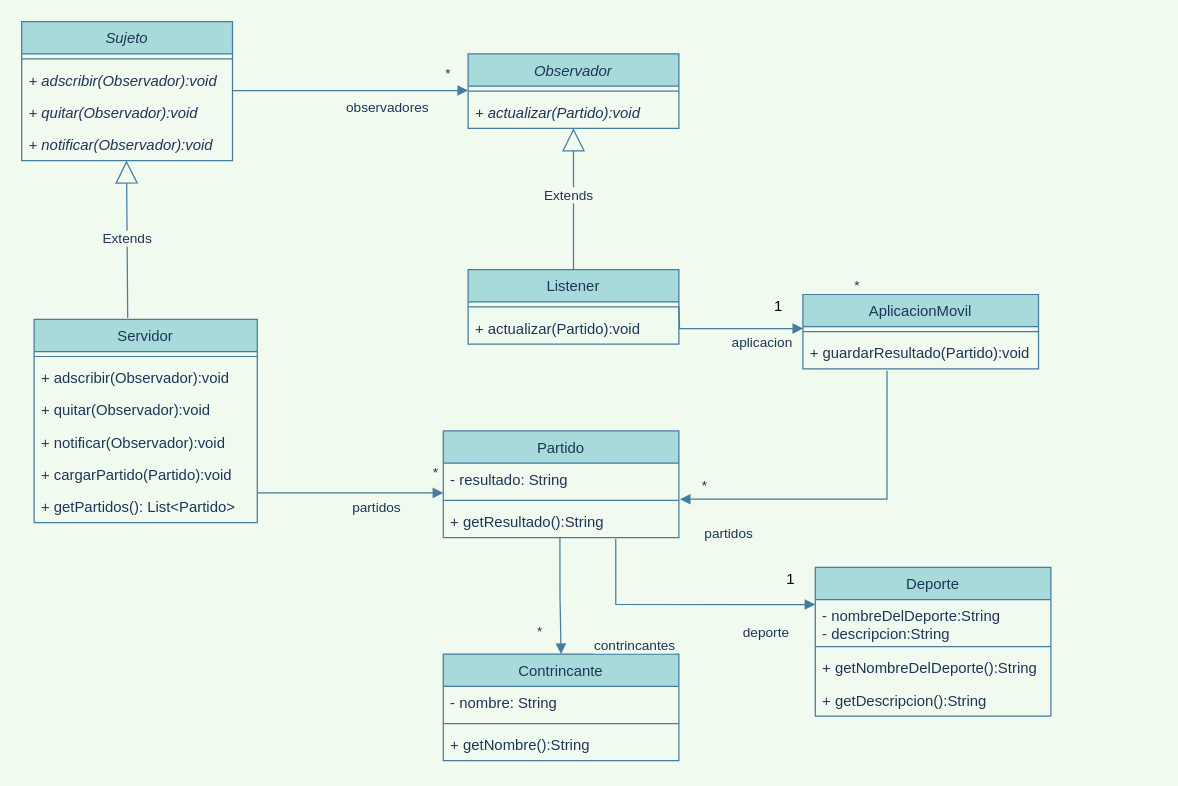
nhubczyk/Diagramas-UML keeps this draw.io diagram as unq-po2-Observer-EncuentrosDeportivos.drawio. Above is the earlier version. Source tidied: cells renumbered, new cells numbered last; positions are measured from the earlier drawing's top-left corner, leaving out a move shared by most shapes. Both pictures are drawn from the tidied source at 124%, with x=0, y=0 at pixel (21, 21).
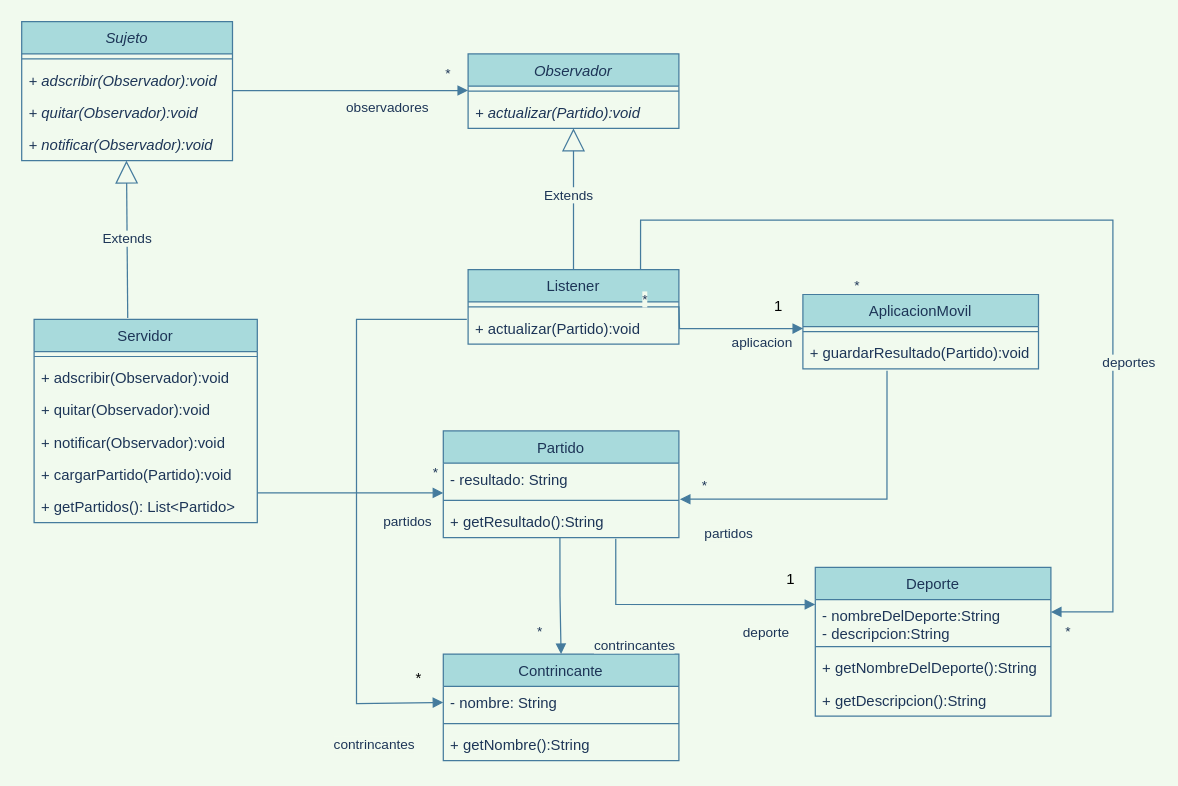
The same page after the edit.

The change refers to these unchanged cells:
```xml
<mxCell id="19" value="Listener" style="swimlane;fontStyle=0;align=center;verticalAlign=top;horizontal=1;startSize=26;fillColor=#A8DADC;strokeColor=#457B9D;fontColor=#1D3557;" parent="1" vertex="1">
  <mxGeometry x="360" y="200" width="170" height="60" as="geometry" />
</mxCell>
<mxCell id="21" value="+ actualizar(Partido):void" style="text;strokeColor=none;fillColor=none;align=left;verticalAlign=top;spacingLeft=4;spacingRight=4;overflow=hidden;points=[[0,0.5],[1,0.5]];portConstraint=eastwest;fontColor=#1D3557;" parent="19" vertex="1">
  <mxGeometry y="34" width="170" height="26" as="geometry" />
</mxCell>
<mxCell id="33" value="- nombre: String" style="text;strokeColor=none;fillColor=none;align=left;verticalAlign=top;spacingLeft=4;spacingRight=4;overflow=hidden;points=[[0,0.5],[1,0.5]];portConstraint=eastwest;fontColor=#1D3557;" parent="32" vertex="1">
  <mxGeometry y="26" width="190" height="26" as="geometry" />
</mxCell>
<mxCell id="45" value="- nombreDelDeporte:String&#10;- descripcion:String&#10;" style="text;strokeColor=none;fillColor=none;align=left;verticalAlign=top;spacingLeft=4;spacingRight=4;overflow=hidden;points=[[0,0.5],[1,0.5]];portConstraint=eastwest;fontColor=#1D3557;" parent="44" vertex="1">
  <mxGeometry y="26" width="190" height="34" as="geometry" />
</mxCell>
```

Change to the diagram source:
```diff
@@
     <mxCell id="28" value="partidos" style="endArrow=block;endFill=1;html=1;edgeStyle=orthogonalEdgeStyle;align=left;verticalAlign=top;rounded=0;labelBackgroundColor=#F1FAEE;strokeColor=#457B9D;fontColor=#1D3557;" parent="1" edge="1">
-      <mxGeometry y="2" relative="1" as="geometry">
+      <mxGeometry x="0.33" y="-10" relative="1" as="geometry">
         <mxPoint x="190" y="380" as="sourcePoint" />
         <mxPoint x="340" y="380" as="targetPoint" />
-        <mxPoint y="1" as="offset" />
       </mxGeometry>
     </mxCell>
@@
+    <mxCell id="51" value="contrincantes" style="endArrow=block;endFill=1;html=1;edgeStyle=orthogonalEdgeStyle;align=left;verticalAlign=top;rounded=0;labelBackgroundColor=#F1FAEE;strokeColor=#457B9D;fontColor=#1D3557;exitX=-0.006;exitY=0.231;exitDx=0;exitDy=0;exitPerimeter=0;entryX=0;entryY=0.5;entryDx=0;entryDy=0;" parent="1" edge="1" source="21" target="33">
+      <mxGeometry x="0.7" y="-28" relative="1" as="geometry">
+        <Array as="points">
+          <mxPoint x="270" y="240" />
+          <mxPoint x="270" y="550" />
+        </Array>
+        <mxPoint x="-20" y="-8" as="offset" />
+      </mxGeometry>
+    </mxCell>
+    <mxCell id="52" value="*" style="edgeLabel;html=1;align=left;verticalAlign=bottom;labelBackgroundColor=#F1FAEE;fontColor=#1D3557;" parent="51" vertex="1">
+      <mxGeometry x="-1" relative="1" as="geometry">
+        <mxPoint x="140" y="-8" as="offset" />
+      </mxGeometry>
+    </mxCell>
+    <mxCell id="53" value="*" style="text;html=1;align=center;verticalAlign=middle;strokeColor=none;fillColor=none;" parent="1" vertex="1">
+      <mxGeometry x="305" y="515" width="30" height="30" as="geometry" />
+    </mxCell>
+    <mxCell id="54" value="deportes" style="endArrow=block;endFill=1;html=1;edgeStyle=orthogonalEdgeStyle;align=left;verticalAlign=top;rounded=0;labelBackgroundColor=#F1FAEE;strokeColor=#457B9D;fontColor=#1D3557;exitX=0.818;exitY=0;exitDx=0;exitDy=0;exitPerimeter=0;entryX=1;entryY=0.294;entryDx=0;entryDy=0;entryPerimeter=0;" parent="1" edge="1" source="19" target="45">
+      <mxGeometry x="0.33" y="-10" relative="1" as="geometry">
+        <Array as="points">
+          <mxPoint x="499" y="160" />
+          <mxPoint x="880" y="160" />
+          <mxPoint x="880" y="476" />
+        </Array>
+      </mxGeometry>
+    </mxCell>
+    <mxCell id="55" value="*" style="edgeLabel;html=1;align=left;verticalAlign=bottom;labelBackgroundColor=#F1FAEE;fontColor=#1D3557;" parent="54" vertex="1">
+      <mxGeometry x="-1" relative="1" as="geometry">
+        <mxPoint x="341" y="300" as="offset" />
+      </mxGeometry>
+    </mxCell>
```
